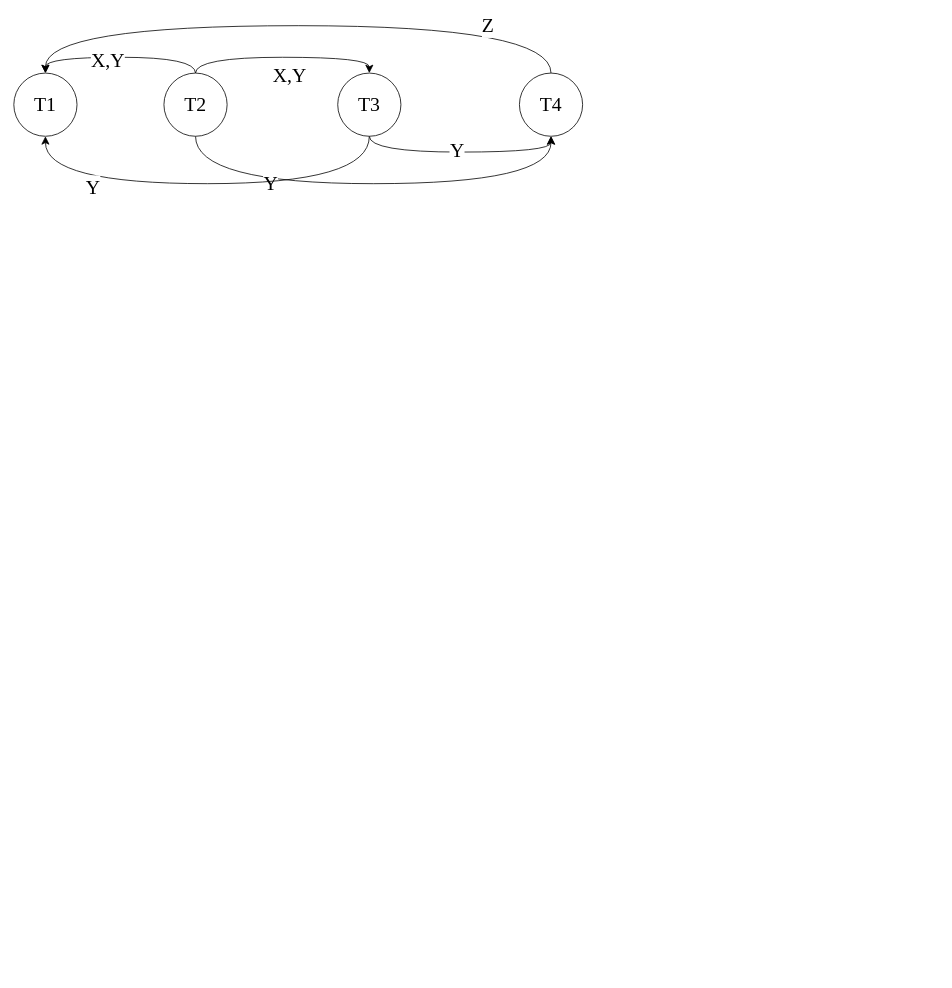
This is page "事务处理" (13 of 14) of comp9311/assignment1_ER.drawio from stellariumImpl/CDN, a draw.io file, before an edit. Source tidied: cells renumbered, new cells numbered last; positions are measured from the earlier drawing's top-left corner, leaving out a move shared by most shapes. Both pictures are drawn from the tidied source at 79%, with x=0, y=0 at pixel (13, 25).
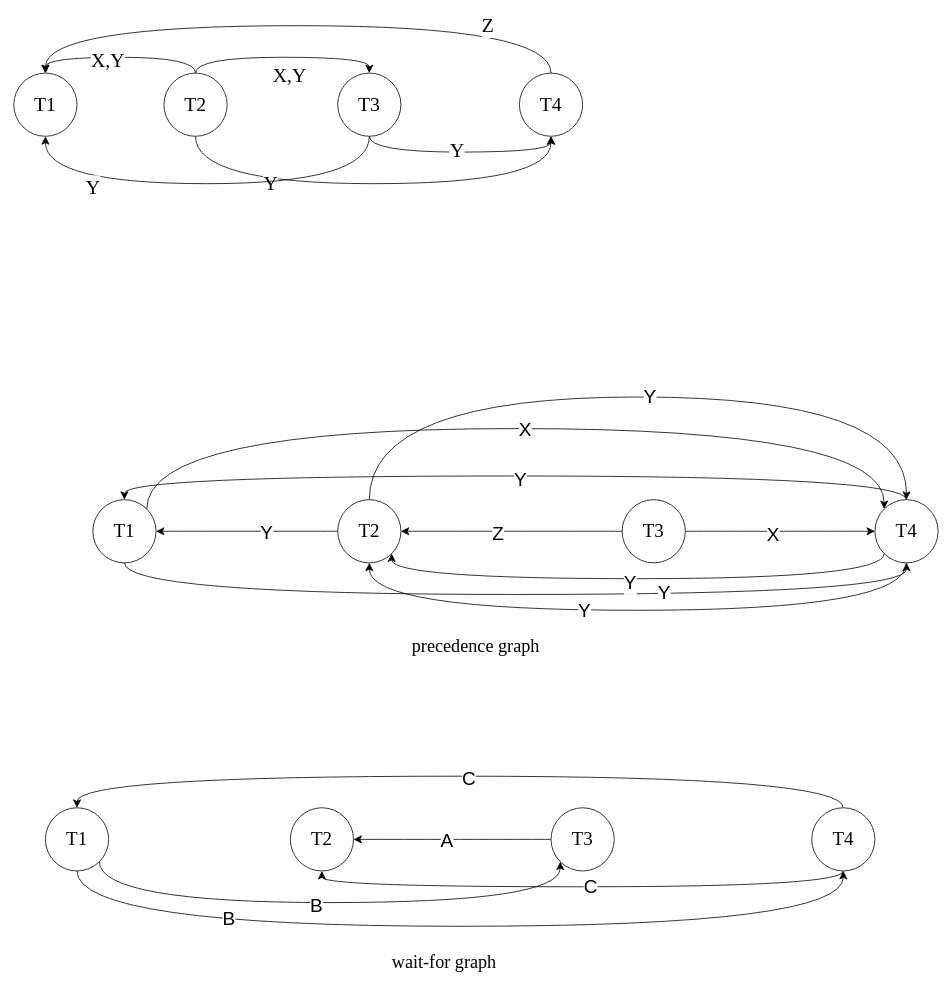
Above is the later version.

Change to the diagram source:
```diff
@@
+    <mxCell id="18" style="edgeStyle=orthogonalEdgeStyle;shape=connector;curved=1;rounded=0;jettySize=auto;html=1;exitX=1;exitY=0;exitDx=0;exitDy=0;entryX=0;entryY=0;entryDx=0;entryDy=0;labelBackgroundColor=default;strokeColor=default;align=center;verticalAlign=middle;fontFamily=Helvetica;fontSize=24;fontColor=default;endArrow=classic;startSize=8;endSize=8;" parent="1" edge="1" source="22" target="39">
+      <mxGeometry relative="1" as="geometry">
+        <Array as="points">
+          <mxPoint x="168" y="510" />
+          <mxPoint x="1102" y="510" />
+        </Array>
+      </mxGeometry>
+    </mxCell>
+    <mxCell id="19" value="X" style="edgeLabel;html=1;align=center;verticalAlign=middle;fontSize=24;fontFamily=Helvetica;fontColor=default;" parent="18" vertex="1">
+      <mxGeometry x="0.02" y="-1" relative="1" as="geometry" />
+    </mxCell>
+    <mxCell id="20" style="edgeStyle=orthogonalEdgeStyle;shape=connector;curved=1;rounded=0;jettySize=auto;html=1;exitX=0.5;exitY=1;exitDx=0;exitDy=0;entryX=0.5;entryY=1;entryDx=0;entryDy=0;labelBackgroundColor=default;strokeColor=default;align=center;verticalAlign=middle;fontFamily=Helvetica;fontSize=24;fontColor=default;endArrow=classic;startSize=8;endSize=8;" parent="1" edge="1" source="22" target="39">
+      <mxGeometry relative="1" as="geometry">
+        <Array as="points">
+          <mxPoint x="140" y="720" />
+          <mxPoint x="1130" y="720" />
+        </Array>
+      </mxGeometry>
+    </mxCell>
+    <mxCell id="21" value="Y" style="edgeLabel;html=1;align=center;verticalAlign=middle;fontSize=24;fontFamily=Helvetica;fontColor=default;" parent="20" vertex="1">
+      <mxGeometry x="0.35" y="3" relative="1" as="geometry" />
+    </mxCell>
+    <mxCell id="22" value="T1" style="ellipse;whiteSpace=wrap;html=1;fontFamily=Times New Roman;fontSize=24;fontColor=default;" parent="1" vertex="1">
+      <mxGeometry x="100" y="600" width="80" height="80" as="geometry" />
+    </mxCell>
+    <mxCell id="23" style="edgeStyle=none;shape=connector;curved=1;rounded=0;jettySize=auto;html=1;exitX=0;exitY=0.5;exitDx=0;exitDy=0;labelBackgroundColor=default;strokeColor=default;align=center;verticalAlign=middle;fontFamily=Helvetica;fontSize=24;fontColor=default;endArrow=classic;startSize=8;endSize=8;" parent="1" edge="1" source="27" target="22">
+      <mxGeometry relative="1" as="geometry" />
+    </mxCell>
+    <mxCell id="24" value="Y" style="edgeLabel;html=1;align=center;verticalAlign=middle;fontSize=24;fontFamily=Helvetica;fontColor=default;" parent="23" vertex="1">
+      <mxGeometry x="-0.21" y="1" relative="1" as="geometry" />
+    </mxCell>
+    <mxCell id="25" style="edgeStyle=orthogonalEdgeStyle;shape=connector;curved=1;rounded=0;jettySize=auto;html=1;exitX=0.5;exitY=0;exitDx=0;exitDy=0;entryX=0.5;entryY=0;entryDx=0;entryDy=0;labelBackgroundColor=default;strokeColor=default;align=center;verticalAlign=middle;fontFamily=Helvetica;fontSize=24;fontColor=default;endArrow=classic;startSize=8;endSize=8;" parent="1" edge="1" source="27" target="39">
+      <mxGeometry relative="1" as="geometry">
+        <Array as="points">
+          <mxPoint x="450" y="470" />
+          <mxPoint x="1130" y="470" />
+        </Array>
+      </mxGeometry>
+    </mxCell>
+    <mxCell id="26" value="Y" style="edgeLabel;html=1;align=center;verticalAlign=middle;fontSize=24;fontFamily=Helvetica;fontColor=default;" parent="25" vertex="1">
+      <mxGeometry x="0.03" y="1" relative="1" as="geometry" />
+    </mxCell>
+    <mxCell id="27" value="T2" style="ellipse;whiteSpace=wrap;html=1;fontFamily=Times New Roman;fontSize=24;fontColor=default;" parent="1" vertex="1">
+      <mxGeometry x="410" y="600" width="80" height="80" as="geometry" />
+    </mxCell>
+    <mxCell id="28" style="edgeStyle=orthogonalEdgeStyle;shape=connector;curved=1;rounded=0;jettySize=auto;html=1;exitX=1;exitY=0.5;exitDx=0;exitDy=0;entryX=0;entryY=0.5;entryDx=0;entryDy=0;labelBackgroundColor=default;strokeColor=default;align=center;verticalAlign=middle;fontFamily=Helvetica;fontSize=24;fontColor=default;endArrow=classic;startSize=8;endSize=8;" parent="1" edge="1" source="32" target="39">
+      <mxGeometry relative="1" as="geometry" />
+    </mxCell>
+    <mxCell id="29" value="X" style="edgeLabel;html=1;align=center;verticalAlign=middle;fontSize=24;fontFamily=Helvetica;fontColor=default;" parent="28" vertex="1">
+      <mxGeometry x="-0.08" y="-4" relative="1" as="geometry" />
+    </mxCell>
+    <mxCell id="30" style="edgeStyle=none;shape=connector;curved=1;rounded=0;jettySize=auto;html=1;exitX=0;exitY=0.5;exitDx=0;exitDy=0;entryX=1;entryY=0.5;entryDx=0;entryDy=0;labelBackgroundColor=default;strokeColor=default;align=center;verticalAlign=middle;fontFamily=Helvetica;fontSize=24;fontColor=default;endArrow=classic;startSize=8;endSize=8;" parent="1" edge="1" source="32" target="27">
+      <mxGeometry relative="1" as="geometry" />
+    </mxCell>
+    <mxCell id="31" value="Z" style="edgeLabel;html=1;align=center;verticalAlign=middle;fontSize=24;fontFamily=Helvetica;fontColor=default;" parent="30" vertex="1">
+      <mxGeometry x="0.13" y="2" relative="1" as="geometry" />
+    </mxCell>
+    <mxCell id="32" value="T3" style="ellipse;whiteSpace=wrap;html=1;fontFamily=Times New Roman;fontSize=24;fontColor=default;" parent="1" vertex="1">
+      <mxGeometry x="770" y="600" width="80" height="80" as="geometry" />
+    </mxCell>
+    <mxCell id="33" style="edgeStyle=orthogonalEdgeStyle;shape=connector;curved=1;rounded=0;jettySize=auto;html=1;exitX=0.5;exitY=0;exitDx=0;exitDy=0;entryX=0.5;entryY=0;entryDx=0;entryDy=0;labelBackgroundColor=default;strokeColor=default;align=center;verticalAlign=middle;fontFamily=Helvetica;fontSize=24;fontColor=default;endArrow=classic;startSize=8;endSize=8;" parent="1" edge="1" source="39" target="22">
+      <mxGeometry relative="1" as="geometry">
+        <Array as="points">
+          <mxPoint x="1130" y="570" />
+          <mxPoint x="140" y="570" />
+        </Array>
+      </mxGeometry>
+    </mxCell>
+    <mxCell id="34" value="Y" style="edgeLabel;html=1;align=center;verticalAlign=middle;fontSize=24;fontFamily=Helvetica;fontColor=default;" parent="33" vertex="1">
+      <mxGeometry x="-0.01" y="4" relative="1" as="geometry" />
+    </mxCell>
+    <mxCell id="35" style="edgeStyle=orthogonalEdgeStyle;shape=connector;curved=1;rounded=0;jettySize=auto;html=1;exitX=0.5;exitY=1;exitDx=0;exitDy=0;entryX=0.5;entryY=1;entryDx=0;entryDy=0;labelBackgroundColor=default;strokeColor=default;align=center;verticalAlign=middle;fontFamily=Helvetica;fontSize=24;fontColor=default;endArrow=classic;startSize=8;endSize=8;" parent="1" edge="1" source="39" target="27">
+      <mxGeometry relative="1" as="geometry">
+        <Array as="points">
+          <mxPoint x="1130" y="740" />
+          <mxPoint x="450" y="740" />
+        </Array>
+      </mxGeometry>
+    </mxCell>
+    <mxCell id="36" value="Y" style="edgeLabel;html=1;align=center;verticalAlign=middle;fontSize=24;fontFamily=Helvetica;fontColor=default;" parent="35" vertex="1">
+      <mxGeometry y="-2" relative="1" as="geometry">
+        <mxPoint x="-69" y="2" as="offset" />
+      </mxGeometry>
+    </mxCell>
+    <mxCell id="37" style="edgeStyle=orthogonalEdgeStyle;shape=connector;curved=1;rounded=0;jettySize=auto;html=1;exitX=0;exitY=1;exitDx=0;exitDy=0;entryX=1;entryY=1;entryDx=0;entryDy=0;labelBackgroundColor=default;strokeColor=default;align=center;verticalAlign=middle;fontFamily=Helvetica;fontSize=24;fontColor=default;endArrow=classic;startSize=8;endSize=8;" parent="1" edge="1" source="39" target="27">
+      <mxGeometry relative="1" as="geometry">
+        <Array as="points">
+          <mxPoint x="1102" y="700" />
+          <mxPoint x="478" y="700" />
+        </Array>
+      </mxGeometry>
+    </mxCell>
+    <mxCell id="38" value="Y" style="edgeLabel;html=1;align=center;verticalAlign=middle;fontSize=24;fontFamily=Helvetica;fontColor=default;" parent="37" vertex="1">
+      <mxGeometry x="0.03" y="5" relative="1" as="geometry" />
+    </mxCell>
+    <mxCell id="39" value="T4" style="ellipse;whiteSpace=wrap;html=1;fontFamily=Times New Roman;fontSize=24;fontColor=default;" parent="1" vertex="1">
+      <mxGeometry x="1090" y="600" width="80" height="80" as="geometry" />
+    </mxCell>
+    <mxCell id="40" style="edgeStyle=orthogonalEdgeStyle;shape=connector;curved=1;rounded=0;jettySize=auto;html=1;exitX=0.5;exitY=1;exitDx=0;exitDy=0;entryX=0.5;entryY=1;entryDx=0;entryDy=0;labelBackgroundColor=default;strokeColor=default;align=center;verticalAlign=middle;fontFamily=Helvetica;fontSize=24;fontColor=default;endArrow=classic;startSize=8;endSize=8;" parent="1" edge="1" source="44" target="52">
+      <mxGeometry relative="1" as="geometry">
+        <Array as="points">
+          <mxPoint x="80" y="1140" />
+          <mxPoint x="1050" y="1140" />
+        </Array>
+      </mxGeometry>
+    </mxCell>
+    <mxCell id="41" value="B" style="edgeLabel;html=1;align=center;verticalAlign=middle;fontSize=24;fontFamily=Helvetica;fontColor=default;" parent="40" vertex="1">
+      <mxGeometry x="-0.76" y="2" relative="1" as="geometry">
+        <mxPoint x="128" y="-8" as="offset" />
+      </mxGeometry>
+    </mxCell>
+    <mxCell id="42" style="edgeStyle=orthogonalEdgeStyle;shape=connector;curved=1;rounded=0;jettySize=auto;html=1;exitX=1;exitY=1;exitDx=0;exitDy=0;entryX=0;entryY=1;entryDx=0;entryDy=0;labelBackgroundColor=default;strokeColor=default;align=center;verticalAlign=middle;fontFamily=Helvetica;fontSize=24;fontColor=default;endArrow=classic;startSize=8;endSize=8;" parent="1" edge="1" source="44" target="48">
+      <mxGeometry relative="1" as="geometry">
+        <Array as="points">
+          <mxPoint x="108" y="1110" />
+          <mxPoint x="692" y="1110" />
+        </Array>
+      </mxGeometry>
+    </mxCell>
+    <mxCell id="43" value="B" style="edgeLabel;html=1;align=center;verticalAlign=middle;fontSize=24;fontFamily=Helvetica;fontColor=default;" parent="42" vertex="1">
+      <mxGeometry x="-0.05" y="-3" relative="1" as="geometry" />
+    </mxCell>
+    <mxCell id="44" value="T1" style="ellipse;whiteSpace=wrap;html=1;fontFamily=Times New Roman;fontSize=24;fontColor=default;" parent="1" vertex="1">
+      <mxGeometry x="40" y="990" width="80" height="80" as="geometry" />
+    </mxCell>
+    <mxCell id="45" value="T2" style="ellipse;whiteSpace=wrap;html=1;fontFamily=Times New Roman;fontSize=24;fontColor=default;" parent="1" vertex="1">
+      <mxGeometry x="350" y="990" width="80" height="80" as="geometry" />
+    </mxCell>
+    <mxCell id="46" style="edgeStyle=orthogonalEdgeStyle;shape=connector;curved=1;rounded=0;jettySize=auto;html=1;exitX=0;exitY=0.5;exitDx=0;exitDy=0;labelBackgroundColor=default;strokeColor=default;align=center;verticalAlign=middle;fontFamily=Helvetica;fontSize=24;fontColor=default;endArrow=classic;startSize=8;endSize=8;" parent="1" edge="1" source="48" target="45">
+      <mxGeometry relative="1" as="geometry" />
+    </mxCell>
+    <mxCell id="47" value="A" style="edgeLabel;html=1;align=center;verticalAlign=middle;fontSize=24;fontFamily=Helvetica;fontColor=default;" parent="46" vertex="1">
+      <mxGeometry x="0.06" y="1" relative="1" as="geometry" />
+    </mxCell>
+    <mxCell id="48" value="T3" style="ellipse;whiteSpace=wrap;html=1;fontFamily=Times New Roman;fontSize=24;fontColor=default;" parent="1" vertex="1">
+      <mxGeometry x="680" y="990" width="80" height="80" as="geometry" />
+    </mxCell>
+    <mxCell id="49" style="edgeStyle=orthogonalEdgeStyle;shape=connector;curved=1;rounded=0;jettySize=auto;html=1;exitX=0.5;exitY=0;exitDx=0;exitDy=0;entryX=0.5;entryY=0;entryDx=0;entryDy=0;labelBackgroundColor=default;strokeColor=default;align=center;verticalAlign=middle;fontFamily=Helvetica;fontSize=24;fontColor=default;endArrow=classic;startSize=8;endSize=8;" parent="1" edge="1" source="52" target="44">
+      <mxGeometry relative="1" as="geometry">
+        <Array as="points">
+          <mxPoint x="1050" y="950" />
+          <mxPoint x="80" y="950" />
+        </Array>
+      </mxGeometry>
+    </mxCell>
+    <mxCell id="50" value="C" style="edgeLabel;html=1;align=center;verticalAlign=middle;fontSize=24;fontFamily=Helvetica;fontColor=default;" parent="49" vertex="1">
+      <mxGeometry x="-0.02" y="3" relative="1" as="geometry" />
+    </mxCell>
+    <mxCell id="51" value="C" style="edgeStyle=orthogonalEdgeStyle;shape=connector;curved=1;rounded=0;jettySize=auto;html=1;exitX=0.5;exitY=1;exitDx=0;exitDy=0;entryX=0.5;entryY=1;entryDx=0;entryDy=0;labelBackgroundColor=default;strokeColor=default;align=center;verticalAlign=middle;fontFamily=Helvetica;fontSize=24;fontColor=default;endArrow=classic;startSize=8;endSize=8;" parent="1" edge="1" source="52" target="45">
+      <mxGeometry x="-0.03" relative="1" as="geometry" />
+    </mxCell>
+    <mxCell id="52" value="T4" style="ellipse;whiteSpace=wrap;html=1;fontFamily=Times New Roman;fontSize=24;fontColor=default;" parent="1" vertex="1">
+      <mxGeometry x="1010" y="990" width="80" height="80" as="geometry" />
+    </mxCell>
+    <mxCell id="53" value="&lt;font style=&quot;font-size: 23px;&quot; face=&quot;Times New Roman&quot;&gt;precedence graph&lt;/font&gt;" style="text;strokeColor=none;align=center;fillColor=none;html=1;verticalAlign=middle;whiteSpace=wrap;rounded=0;fontSize=12;fontFamily=Helvetica;fontColor=default;" parent="1" vertex="1">
+      <mxGeometry x="440" y="770" width="290" height="30" as="geometry" />
+    </mxCell>
+    <mxCell id="54" value="&lt;font style=&quot;font-size: 23px;&quot; face=&quot;Times New Roman&quot;&gt;wait-for graph&lt;/font&gt;" style="text;strokeColor=none;align=center;fillColor=none;html=1;verticalAlign=middle;whiteSpace=wrap;rounded=0;fontSize=12;fontFamily=Helvetica;fontColor=default;" parent="1" vertex="1">
+      <mxGeometry x="400" y="1170" width="290" height="30" as="geometry" />
+    </mxCell>
```
